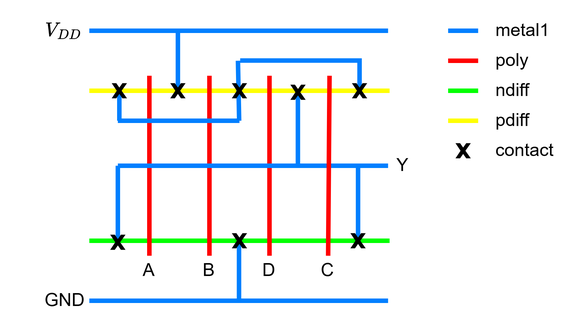
Before: 1/stick_diagram_problem_2b.png, a diagram exported from draw.io (osowatzke/ECE507_HW). Source tidied: cells renumbered, new cells last; positions are measured from the earlier drawing's top-left corner, leaving out a move shared by most shapes.
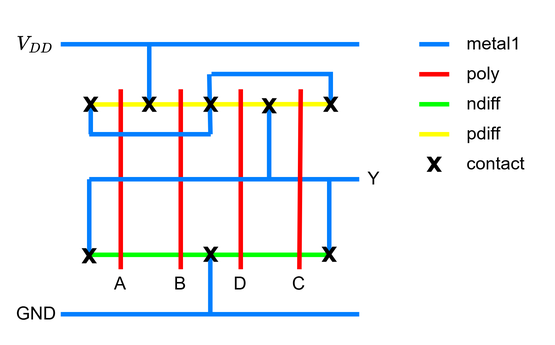
After the commit.

Diff of the diagram source:
```diff
@@ -5,11 +5,8 @@
     <mxCell id="2" style="group;" parent="1" vertex="1">
       <mxGeometry width="250" height="200" as="geometry" />
     </mxCell>
-    <mxCell id="3" style="endArrow=none;html=1;rounded=0;fillColor=#fff2cc;strokeColor=#FFFF00;jumpSize=6;strokeWidth=3;" parent="2" edge="1">
-      <mxGeometry relative="1" as="geometry">
-        <mxPoint x="31" y="50" as="sourcePoint" />
-        <mxPoint x="231" y="50" as="targetPoint" />
-      </mxGeometry>
+    <mxCell id="3" style="endArrow=none;html=1;rounded=0;fillColor=#fff2cc;strokeColor=#FFFF00;jumpSize=6;strokeWidth=3;exitX=0.466;exitY=0.515;exitDx=0;exitDy=0;exitPerimeter=0;entryX=0.487;entryY=0.494;entryDx=0;entryDy=0;entryPerimeter=0;" parent="2" edge="1" source="24" target="23">
+      <mxGeometry relative="1" as="geometry" />
     </mxCell>
     <mxCell id="4" style="endArrow=none;html=1;rounded=0;strokeWidth=3;fillColor=#1ba1e2;strokeColor=#007FFF;" parent="2" edge="1">
       <mxGeometry relative="1" as="geometry">
@@ -17,11 +14,8 @@
         <mxPoint x="130.8" y="70" as="targetPoint" />
       </mxGeometry>
     </mxCell>
-    <mxCell id="5" style="endArrow=none;html=1;rounded=0;fillColor=#d5e8d4;strokeColor=#00FF00;jumpSize=6;strokeWidth=3;" parent="2" edge="1">
-      <mxGeometry relative="1" as="geometry">
-        <mxPoint x="31" y="150" as="sourcePoint" />
-        <mxPoint x="231" y="150" as="targetPoint" />
-      </mxGeometry>
+    <mxCell id="5" style="endArrow=none;html=1;rounded=0;fillColor=#d5e8d4;strokeColor=#00FF00;jumpSize=6;strokeWidth=3;exitX=0.48;exitY=0.437;exitDx=0;exitDy=0;exitPerimeter=0;entryX=0.48;entryY=0.537;entryDx=0;entryDy=0;entryPerimeter=0;" parent="2" edge="1" source="30" target="31">
+      <mxGeometry relative="1" as="geometry" />
     </mxCell>
     <mxCell id="6" style="endArrow=none;html=1;rounded=0;fillColor=#dae8fc;strokeColor=#007FFF;jumpSize=6;strokeWidth=3;" parent="2" edge="1">
       <mxGeometry relative="1" as="geometry">
```
